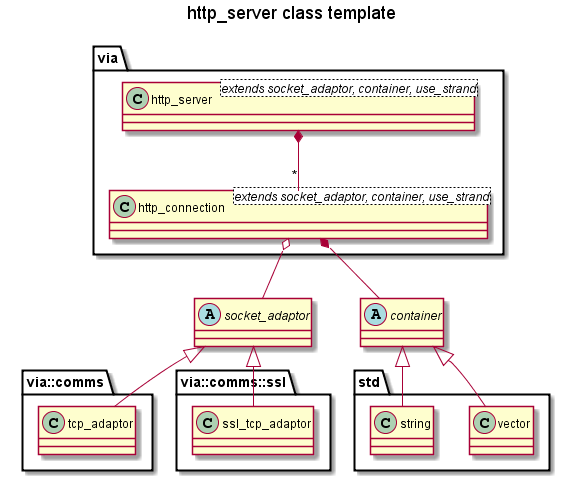
Earlier version of the PlantUML export docs/images/http_server_template_class_diagram.png (kenba/via-httplib).
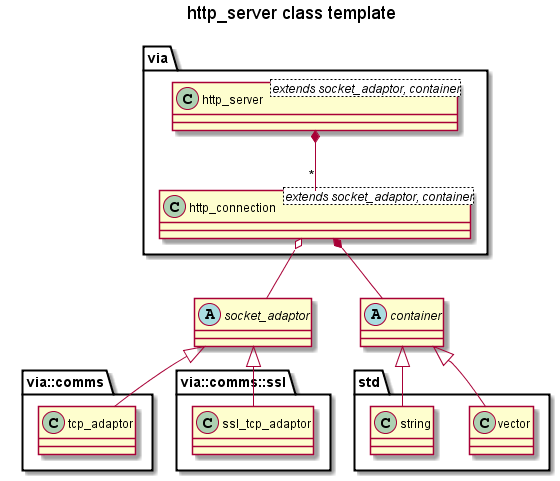
The same file after the commit.

The edit, as a diff of the source:
```diff
@@ -5,10 +5,10 @@
 
 set namespaceSeparator ::
 
-class via::http_server<extends socket_adaptor, container, use_strand>
+class via::http_server<extends socket_adaptor, container>
 via::http_server *-- "*" via::http_connection
 
-class via::http_connection<extends socket_adaptor, container, use_strand>
+class via::http_connection<extends socket_adaptor, container>
 via::http_connection o-- socket_adaptor
 via::http_connection *-- container
 
```
